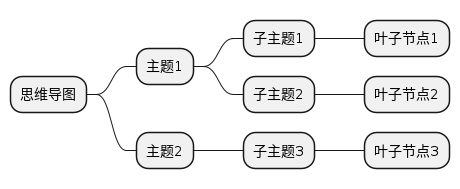
zhangxiao33/MarkMap-OpenAi-ChatGpt keeps this PlantUML diagram as vue/src/assets/css/two.png. Above is the earlier version.
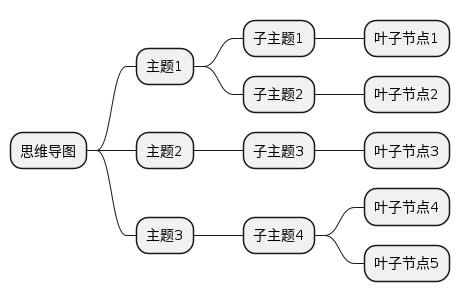
The same diagram one commit later.

The edit, as a diff of the source:
```diff
@@ -8,4 +8,9 @@
 ** 主题2
 *** 子主题3
 **** 叶子节点3
+** 主题3
+*** 子主题4
+**** 叶子节点4
+**** 叶子节点5
+
 @endmindmap
```
